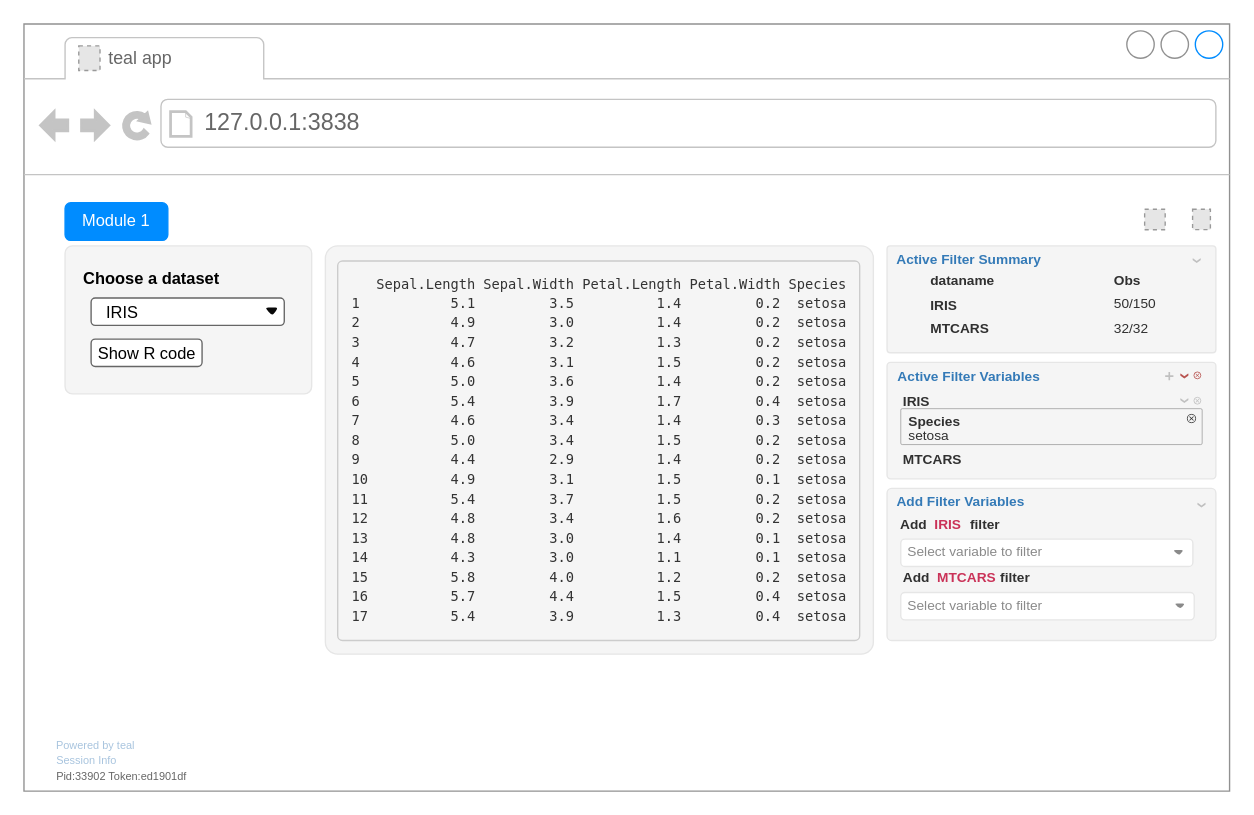
Earlier version of the draw.io diagram inst/design/teal-app-init.drawio (insightsengineering/teal). Source tidied: cells renumbered, new cells numbered last; positions are measured from the earlier drawing's top-left corner, leaving out a move shared by most shapes. Both pictures are drawn from the tidied source at 137%, with x=0, y=0 at pixel (23, 23). Pictures stored in the file or linked from it are replaced by grey dashed boxes.
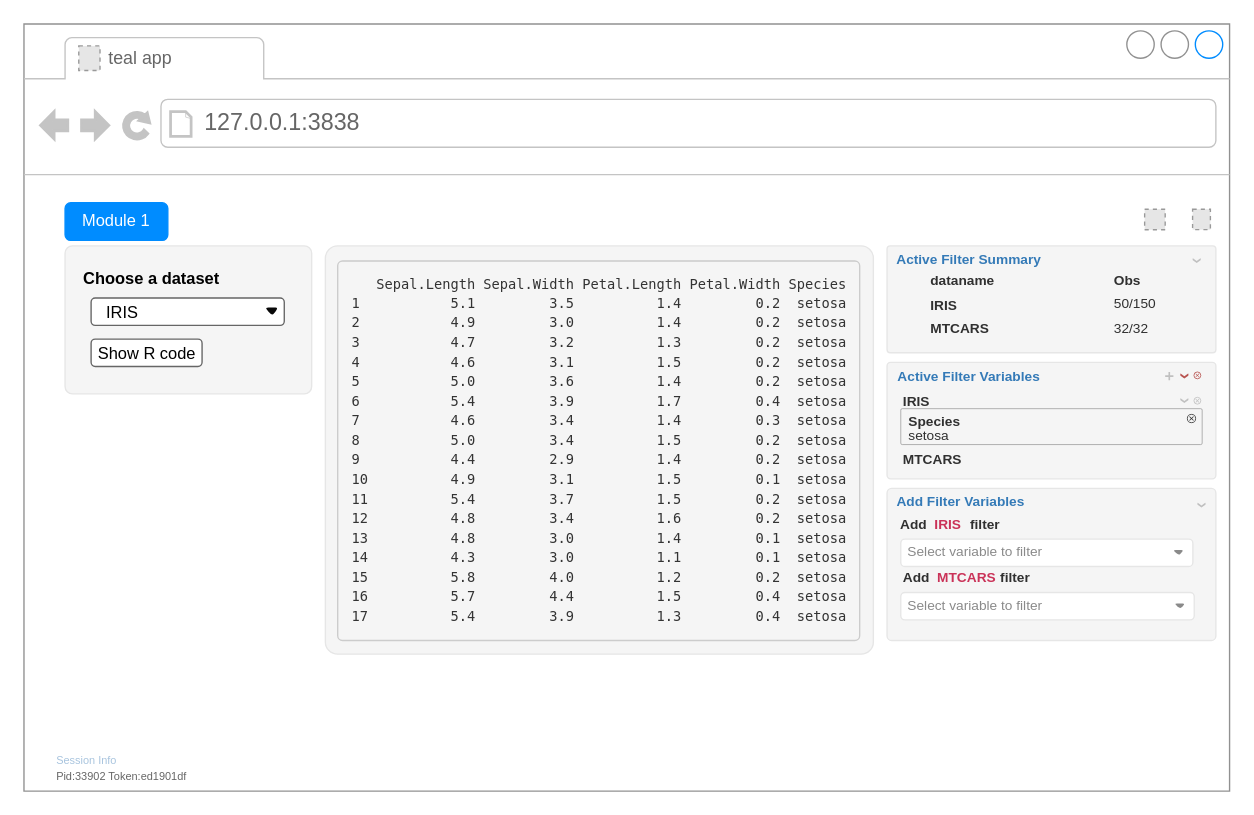
Above is the later version.

What changed in the source:
```diff
@@
-    <mxCell id="47" value="&lt;font style=&quot;font-size: 8px;&quot; color=&quot;#a8c4de&quot;&gt;Powered by teal&lt;/font&gt;" style="text;html=1;strokeColor=none;fillColor=none;align=center;verticalAlign=middle;whiteSpace=wrap;rounded=0;strokeWidth=0.5;fontSize=10;fontColor=#8a8a8a;" parent="1" vertex="1">
-      <mxGeometry x="20" y="520" width="65" height="11" as="geometry" />
-    </mxCell>
```
